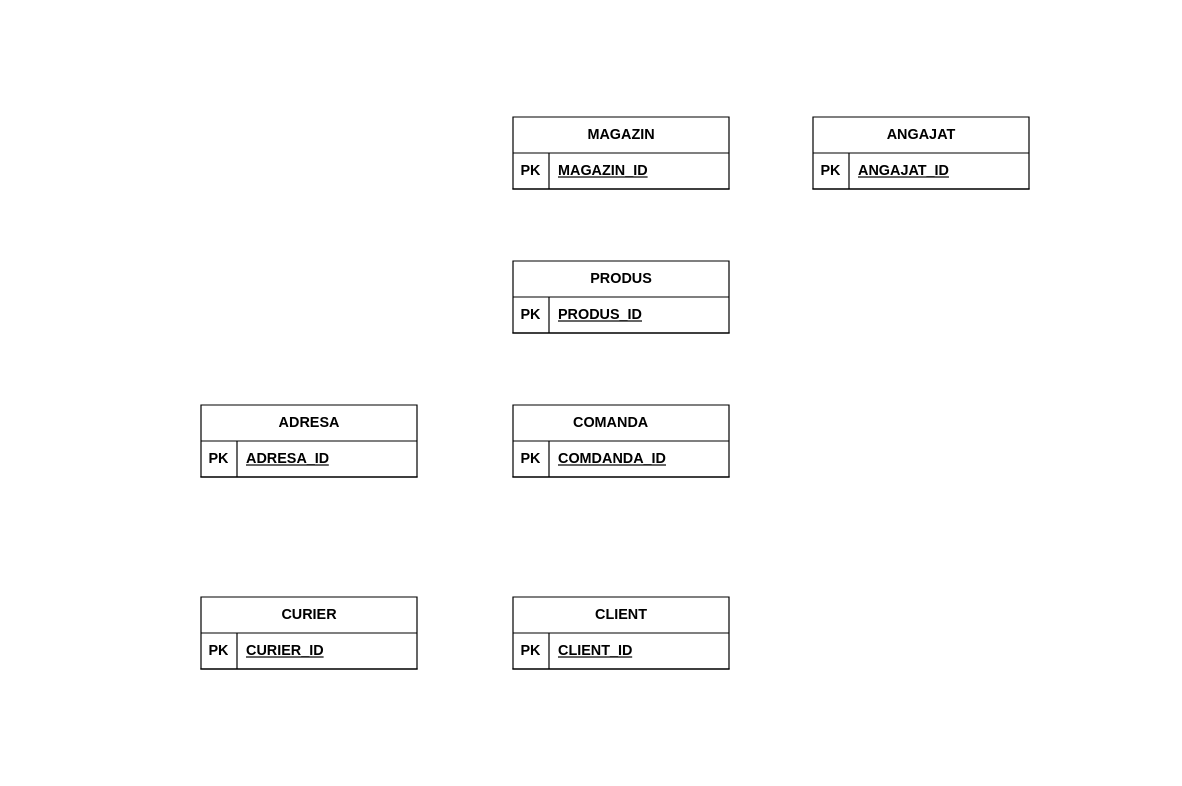
Above: Conceptual-Diagram.drawio in Mateiul123/BD (draw.io), before the change. Source tidied: cells renumbered, new cells numbered last; positions are measured from the earlier drawing's top-left corner, leaving out a move shared by most shapes. Both pictures are drawn from the tidied source at 120%, with x=0, y=0 at pixel (200, 116).
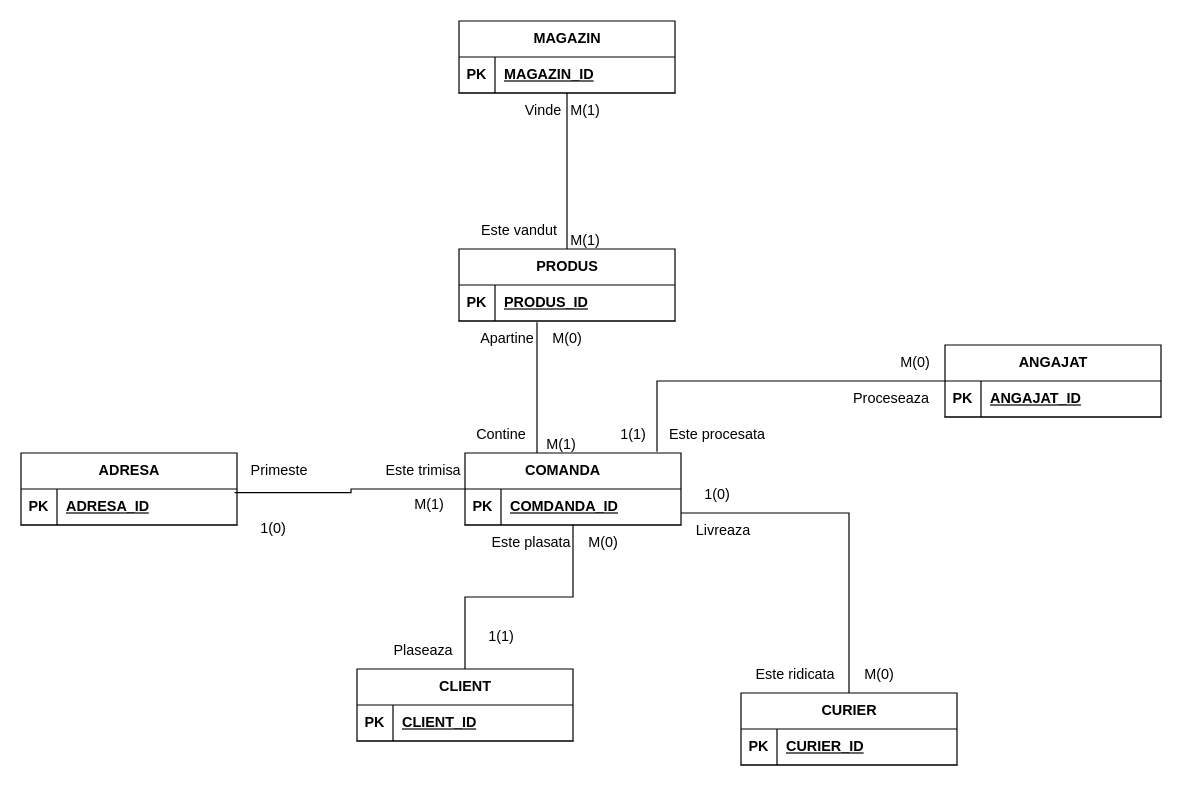
The same diagram, later.

The change refers to these unchanged cells:
```xml
<mxCell id="7" style="shape=tableRow;horizontal=0;startSize=0;swimlaneHead=0;swimlaneBody=0;fillColor=none;points=[[0,0.5],[1,0.5]];portConstraint=eastwest;top=0;left=0;right=0;bottom=1;" parent="6" vertex="1">
  <mxGeometry y="30" width="180" height="30" as="geometry" />
</mxCell>
<mxCell id="19" style="shape=tableRow;horizontal=0;startSize=0;swimlaneHead=0;swimlaneBody=0;fillColor=none;points=[[0,0.5],[1,0.5]];portConstraint=eastwest;top=0;left=0;right=0;bottom=1;" parent="18" vertex="1">
  <mxGeometry y="30" width="180" height="30" as="geometry" />
</mxCell>
```

Change to the diagram source:
```diff
@@
+    <mxCell id="30" style="edgeStyle=orthogonalEdgeStyle;rounded=0;jettySize=auto;html=1;entryX=0.5;entryY=0;entryDx=0;entryDy=0;endArrow=none;endFill=0;" parent="1" edge="1" source="2" target="14">
+      <mxGeometry relative="1" as="geometry" />
+    </mxCell>
     <mxCell id="2" value="COMANDA&lt;span style=&quot;white-space: pre;&quot;&gt;&#9;&lt;/span&gt;" style="shape=table;startSize=30;childLayout=tableLayout;rowLines=0;fontStyle=1;align=center;html=1;" parent="1" vertex="1">
-      <mxGeometry x="260" y="240" width="180" height="60" as="geometry" />
+      <mxGeometry x="220" y="280" width="180" height="60" as="geometry" />
     </mxCell>
@@
     <mxCell id="6" value="ADRESA" style="shape=table;startSize=30;childLayout=tableLayout;rowLines=0;fontStyle=1;align=center;html=1;" parent="1" vertex="1">
-      <mxGeometry y="240" width="180" height="60" as="geometry" />
+      <mxGeometry x="-150" y="280" width="180" height="60" as="geometry" />
     </mxCell>
@@
     <mxCell id="10" value="CURIER" style="shape=table;startSize=30;childLayout=tableLayout;rowLines=0;fontStyle=1;align=center;html=1;" parent="1" vertex="1">
-      <mxGeometry y="400" width="180" height="60" as="geometry" />
+      <mxGeometry x="450" y="480" width="180" height="60" as="geometry" />
     </mxCell>
@@
     <mxCell id="14" value="CLIENT" style="shape=table;startSize=30;childLayout=tableLayout;rowLines=0;fontStyle=1;align=center;html=1;" parent="1" vertex="1">
-      <mxGeometry x="260" y="400" width="180" height="60" as="geometry" />
+      <mxGeometry x="130" y="460" width="180" height="60" as="geometry" />
     </mxCell>
@@
+    <mxCell id="31" style="edgeStyle=orthogonalEdgeStyle;rounded=0;jettySize=auto;html=1;endArrow=none;endFill=0;exitX=0.361;exitY=1.033;exitDx=0;exitDy=0;exitPerimeter=0;" parent="1" edge="1" source="19">
+      <mxGeometry relative="1" as="geometry">
+        <mxPoint x="280" y="280" as="targetPoint" />
+        <Array as="points">
+          <mxPoint x="280" y="280" />
+        </Array>
+      </mxGeometry>
+    </mxCell>
     <mxCell id="18" value="PRODUS" style="shape=table;startSize=30;childLayout=tableLayout;rowLines=0;fontStyle=1;align=center;html=1;" parent="1" vertex="1">
-      <mxGeometry x="260" y="120" width="180" height="60" as="geometry" />
+      <mxGeometry x="215" y="110" width="180" height="60" as="geometry" />
     </mxCell>
@@
+    <mxCell id="32" style="edgeStyle=orthogonalEdgeStyle;rounded=0;jettySize=auto;html=1;entryX=0.5;entryY=0;entryDx=0;entryDy=0;endArrow=none;endFill=0;" parent="1" edge="1" source="22" target="18">
+      <mxGeometry relative="1" as="geometry" />
+    </mxCell>
     <mxCell id="22" value="MAGAZIN" style="shape=table;startSize=30;childLayout=tableLayout;rowLines=0;fontStyle=1;align=center;html=1;" parent="1" vertex="1">
-      <mxGeometry x="260" width="180" height="60" as="geometry" />
+      <mxGeometry x="215" y="-80" width="180" height="60" as="geometry" />
     </mxCell>
@@
     <mxCell id="26" value="ANGAJAT" style="shape=table;startSize=30;childLayout=tableLayout;rowLines=0;fontStyle=1;align=center;html=1;" parent="1" vertex="1">
-      <mxGeometry x="510" width="180" height="60" as="geometry" />
+      <mxGeometry x="620" y="190" width="180" height="60" as="geometry" />
     </mxCell>
@@
+    <mxCell id="33" style="edgeStyle=orthogonalEdgeStyle;rounded=0;jettySize=auto;html=1;entryX=0;entryY=0.5;entryDx=0;entryDy=0;exitX=0.889;exitY=-0.017;exitDx=0;exitDy=0;exitPerimeter=0;endArrow=none;endFill=0;" parent="1" edge="1" source="2" target="26">
+      <mxGeometry x="-0.03" relative="1" as="geometry">
+        <Array as="points">
+          <mxPoint x="380" y="220" />
+        </Array>
+      </mxGeometry>
+    </mxCell>
+    <mxCell id="34" style="edgeStyle=orthogonalEdgeStyle;rounded=0;jettySize=auto;html=1;exitX=0;exitY=0.5;exitDx=0;exitDy=0;entryX=0.989;entryY=0.1;entryDx=0;entryDy=0;entryPerimeter=0;endArrow=none;endFill=0;" parent="1" edge="1" source="2" target="7">
+      <mxGeometry relative="1" as="geometry" />
+    </mxCell>
+    <mxCell id="35" style="edgeStyle=orthogonalEdgeStyle;rounded=0;jettySize=auto;html=1;entryX=0.5;entryY=0;entryDx=0;entryDy=0;endArrow=none;endFill=0;" parent="1" edge="1" source="2" target="10">
+      <mxGeometry relative="1" as="geometry">
+        <Array as="points">
+          <mxPoint x="540" y="330" />
+        </Array>
+      </mxGeometry>
+    </mxCell>
+    <mxCell id="36" value="Este plasata" style="text;html=1;align=center;verticalAlign=middle;strokeColor=none;fillColor=none;" parent="1" vertex="1">
+      <mxGeometry x="230" y="340" width="90" height="30" as="geometry" />
+    </mxCell>
+    <mxCell id="37" value="Plaseaza" style="text;html=1;align=center;verticalAlign=middle;strokeColor=none;fillColor=none;" parent="1" vertex="1">
+      <mxGeometry x="150" y="430" width="70" height="30" as="geometry" />
+    </mxCell>
+    <mxCell id="38" value="Livreaza" style="text;html=1;align=center;verticalAlign=middle;strokeColor=none;fillColor=none;" parent="1" vertex="1">
+      <mxGeometry x="400" y="330" width="70" height="30" as="geometry" />
+    </mxCell>
+    <mxCell id="39" value="Este ridicata" style="text;html=1;align=center;verticalAlign=middle;strokeColor=none;fillColor=none;" parent="1" vertex="1">
+      <mxGeometry x="450" y="450" width="90" height="30" as="geometry" />
+    </mxCell>
+    <mxCell id="40" value="Primeste" style="text;html=1;align=center;verticalAlign=middle;strokeColor=none;fillColor=none;" parent="1" vertex="1">
+      <mxGeometry x="30" y="280" width="70" height="30" as="geometry" />
+    </mxCell>
+    <mxCell id="41" value="Este trimisa" style="text;html=1;align=center;verticalAlign=middle;strokeColor=none;fillColor=none;" parent="1" vertex="1">
+      <mxGeometry x="140" y="280" width="90" height="30" as="geometry" />
+    </mxCell>
+    <mxCell id="42" value="Contine" style="text;html=1;align=center;verticalAlign=middle;strokeColor=none;fillColor=none;" parent="1" vertex="1">
+      <mxGeometry x="220" y="250" width="60" height="30" as="geometry" />
+    </mxCell>
+    <mxCell id="43" value="Apartine" style="text;html=1;align=center;verticalAlign=middle;strokeColor=none;fillColor=none;" parent="1" vertex="1">
+      <mxGeometry x="220" y="170" width="70" height="30" as="geometry" />
+    </mxCell>
+    <mxCell id="44" value="Este vandut" style="text;html=1;align=center;verticalAlign=middle;strokeColor=none;fillColor=none;" parent="1" vertex="1">
+      <mxGeometry x="220" y="80" width="90" height="30" as="geometry" />
+    </mxCell>
+    <mxCell id="45" value="Vinde" style="text;html=1;align=center;verticalAlign=middle;strokeColor=none;fillColor=none;" parent="1" vertex="1">
+      <mxGeometry x="260" y="-20" width="50" height="30" as="geometry" />
+    </mxCell>
+    <mxCell id="46" value="Este procesata" style="text;html=1;align=center;verticalAlign=middle;strokeColor=none;fillColor=none;" parent="1" vertex="1">
+      <mxGeometry x="380" y="250" width="100" height="30" as="geometry" />
+    </mxCell>
+    <mxCell id="47" value="Proceseaza" style="text;html=1;align=center;verticalAlign=middle;strokeColor=none;fillColor=none;" parent="1" vertex="1">
+      <mxGeometry x="530" y="220" width="90" height="30" as="geometry" />
+    </mxCell>
+    <mxCell id="48" value="1(1)" style="text;html=1;align=center;verticalAlign=middle;strokeColor=none;fillColor=none;" parent="1" vertex="1">
+      <mxGeometry x="230" y="418" width="40" height="30" as="geometry" />
+    </mxCell>
+    <mxCell id="49" value="M(0)" style="text;html=1;align=center;verticalAlign=middle;strokeColor=none;fillColor=none;" parent="1" vertex="1">
+      <mxGeometry x="310" y="340" width="50" height="30" as="geometry" />
+    </mxCell>
+    <mxCell id="50" value="M(0)" style="text;html=1;align=center;verticalAlign=middle;strokeColor=none;fillColor=none;" parent="1" vertex="1">
+      <mxGeometry x="540" y="450" width="50" height="30" as="geometry" />
+    </mxCell>
+    <mxCell id="51" value="1(0)" style="text;html=1;align=center;verticalAlign=middle;strokeColor=none;fillColor=none;" parent="1" vertex="1">
+      <mxGeometry x="40" y="328" width="40" height="30" as="geometry" />
+    </mxCell>
+    <mxCell id="52" value="M(1)" style="text;html=1;align=center;verticalAlign=middle;strokeColor=none;fillColor=none;" parent="1" vertex="1">
+      <mxGeometry x="165" y="308" width="50" height="30" as="geometry" />
+    </mxCell>
+    <mxCell id="53" value="1(0)" style="text;html=1;align=center;verticalAlign=middle;strokeColor=none;fillColor=none;" parent="1" vertex="1">
+      <mxGeometry x="410" y="300" width="40" height="30" as="geometry" />
+    </mxCell>
+    <mxCell id="54" value="M(0)" style="text;html=1;align=center;verticalAlign=middle;strokeColor=none;fillColor=none;" parent="1" vertex="1">
+      <mxGeometry x="570" y="190" width="50" height="30" as="geometry" />
+    </mxCell>
+    <mxCell id="55" value="1(1)" style="text;html=1;align=center;verticalAlign=middle;strokeColor=none;fillColor=none;" parent="1" vertex="1">
+      <mxGeometry x="340" y="250" width="40" height="30" as="geometry" />
+    </mxCell>
+    <mxCell id="56" value="M(1)" style="text;html=1;align=center;verticalAlign=middle;strokeColor=none;fillColor=none;" parent="1" vertex="1">
+      <mxGeometry x="275" y="258" width="50" height="30" as="geometry" />
+    </mxCell>
+    <mxCell id="57" value="M(0)" style="text;html=1;align=center;verticalAlign=middle;strokeColor=none;fillColor=none;" parent="1" vertex="1">
+      <mxGeometry x="280" y="170" width="50" height="30" as="geometry" />
+    </mxCell>
+    <mxCell id="58" value="M(1)" style="text;html=1;align=center;verticalAlign=middle;strokeColor=none;fillColor=none;" parent="1" vertex="1">
+      <mxGeometry x="295" y="88" width="50" height="30" as="geometry" />
+    </mxCell>
+    <mxCell id="59" value="M(1)" style="text;html=1;align=center;verticalAlign=middle;strokeColor=none;fillColor=none;" parent="1" vertex="1">
+      <mxGeometry x="295" y="-20" width="50" height="30" as="geometry" />
+    </mxCell>
```
